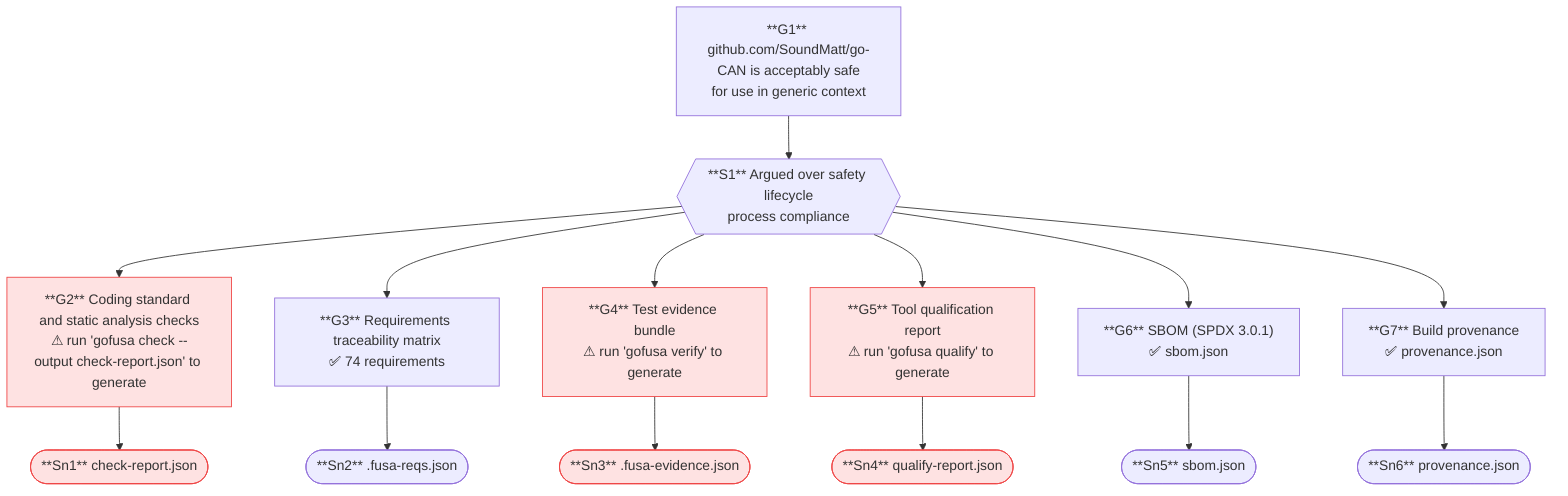
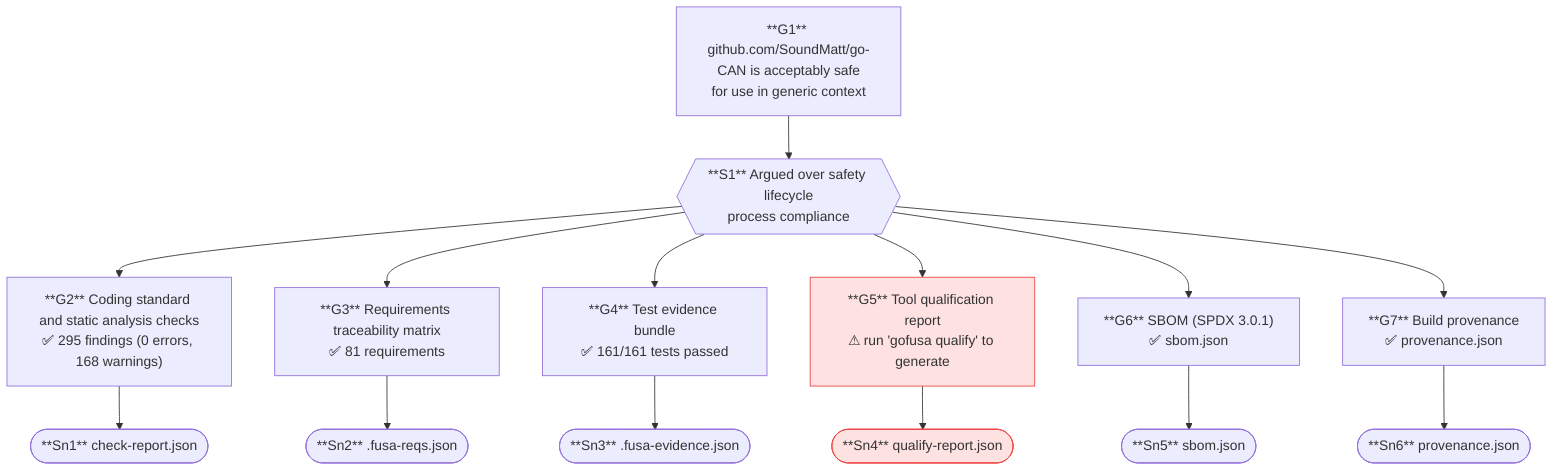
flowchart TD
    G1["**G1** github.com/SoundMatt/go-CAN is acceptably safe\nfor use in generic context"]
    S1{{"**S1** Argued over safety lifecycle\nprocess compliance"}}
-     G2["**G2** Coding standard and static analysis checks\n⚠ run 'gofusa check --output check-report.json' to generate"]
+     G2["**G2** Coding standard and static analysis checks\n✅ 295 findings (0 errors, 168 warnings)"]
    Sn1(["**Sn1** check-report.json"])
-     G3["**G3** Requirements traceability matrix\n✅ 74 requirements"]
+     G3["**G3** Requirements traceability matrix\n✅ 81 requirements"]
    Sn2(["**Sn2** .fusa-reqs.json"])
-     G4["**G4** Test evidence bundle\n⚠ run 'gofusa verify' to generate"]
+     G4["**G4** Test evidence bundle\n✅ 161/161 tests passed"]
    Sn3(["**Sn3** .fusa-evidence.json"])
    G5["**G5** Tool qualification report\n⚠ run 'gofusa qualify' to generate"]
    Sn4(["**Sn4** qualify-report.json"])
    G6["**G6** SBOM (SPDX 3.0.1)\n✅ sbom.json"]
    Sn5(["**Sn5** sbom.json"])
    G7["**G7** Build provenance\n✅ provenance.json"]
    Sn6(["**Sn6** provenance.json"])
    G1 --> S1
    S1 --> G2
    S1 --> G3
    S1 --> G4
    S1 --> G5
    S1 --> G6
    S1 --> G7
    G2 --> Sn1
    G3 --> Sn2
    G4 --> Sn3
    G5 --> Sn4
    G6 --> Sn5
    G7 --> Sn6
-     style G2 fill:#fee2e2,stroke:#ef4444
-     style Sn1 fill:#fee2e2,stroke:#ef4444
-     style G4 fill:#fee2e2,stroke:#ef4444
-     style Sn3 fill:#fee2e2,stroke:#ef4444
    style G5 fill:#fee2e2,stroke:#ef4444
    style Sn4 fill:#fee2e2,stroke:#ef4444
